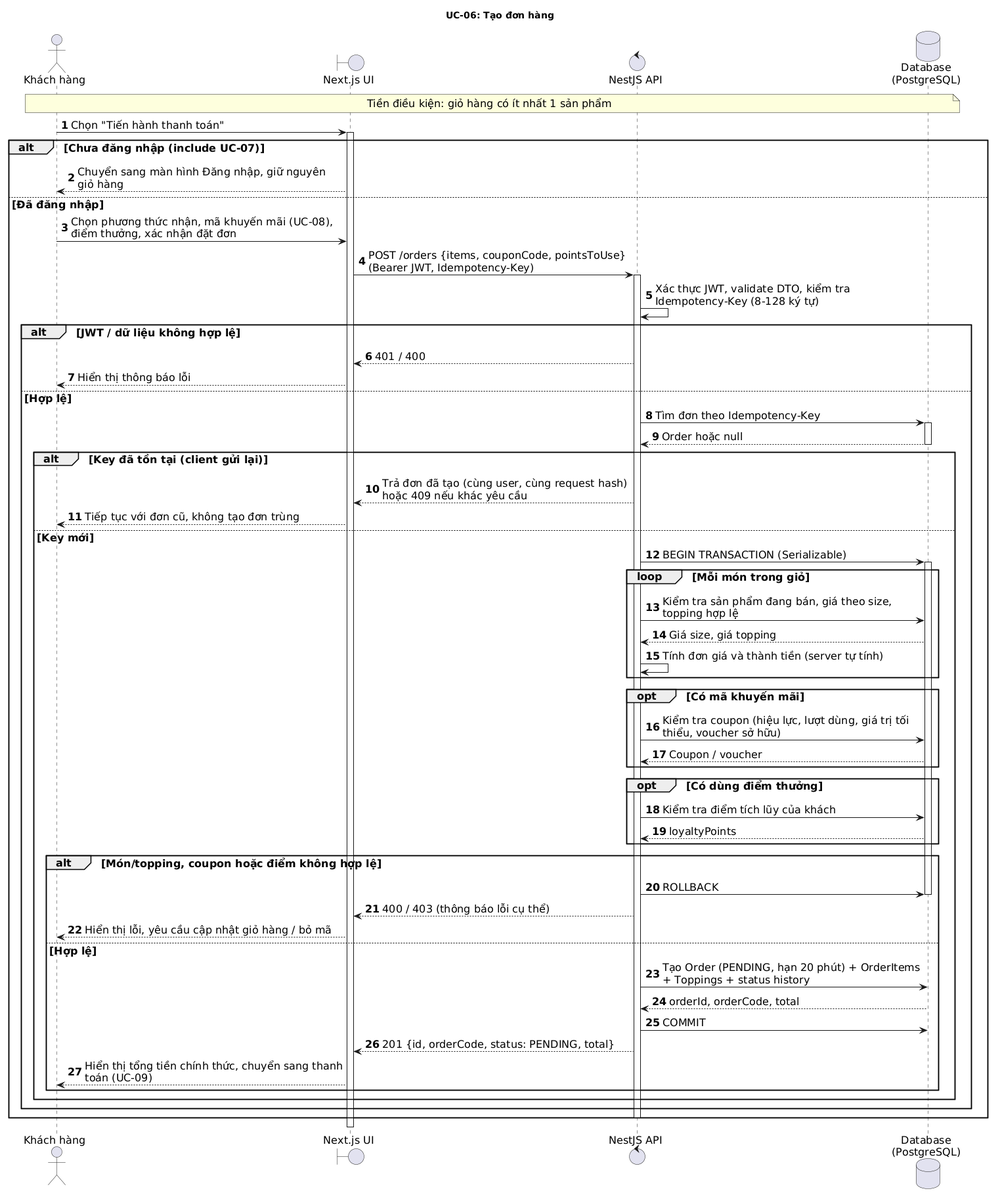
Before: SequencesDiagramBrewLite/UC06-TaoDonHang.png, a diagram exported from PlantUML (KietTran0308/CNPM_DoAn_Assignment2).
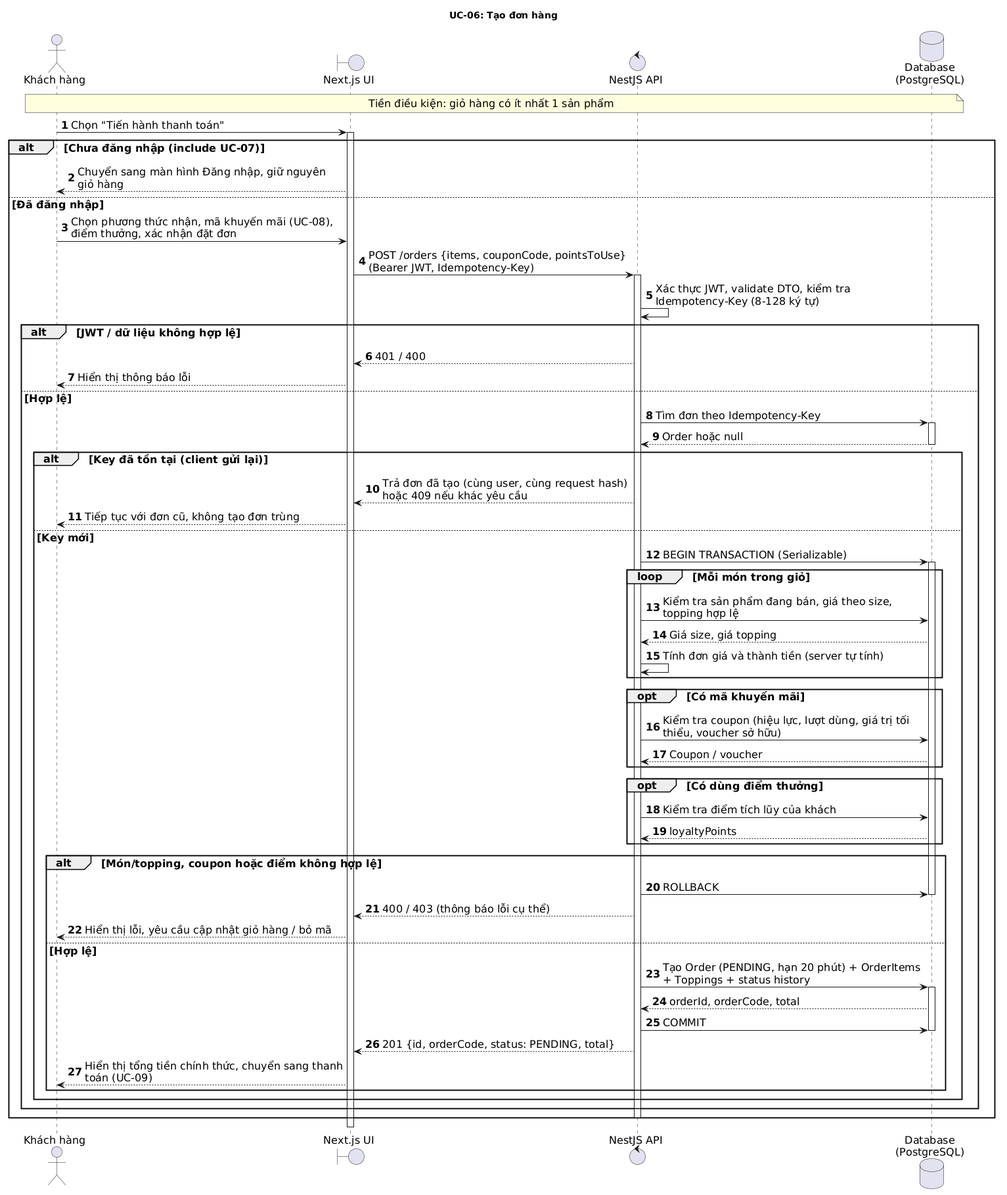
Later version of the same file.

The edit, as a diff of the source:
```diff
@@ -61,6 +61,7 @@
                 UI --> C : Hiển thị lỗi, yêu cầu cập nhật giỏ hàng / bỏ mã
             else Hợp lệ
                 API -> DB : Tạo Order (PENDING, hạn 20 phút) + OrderItems + Toppings + status history
+                activate DB
                 DB --> API : orderId, orderCode, total
                 API -> DB : COMMIT
                 deactivate DB
```
